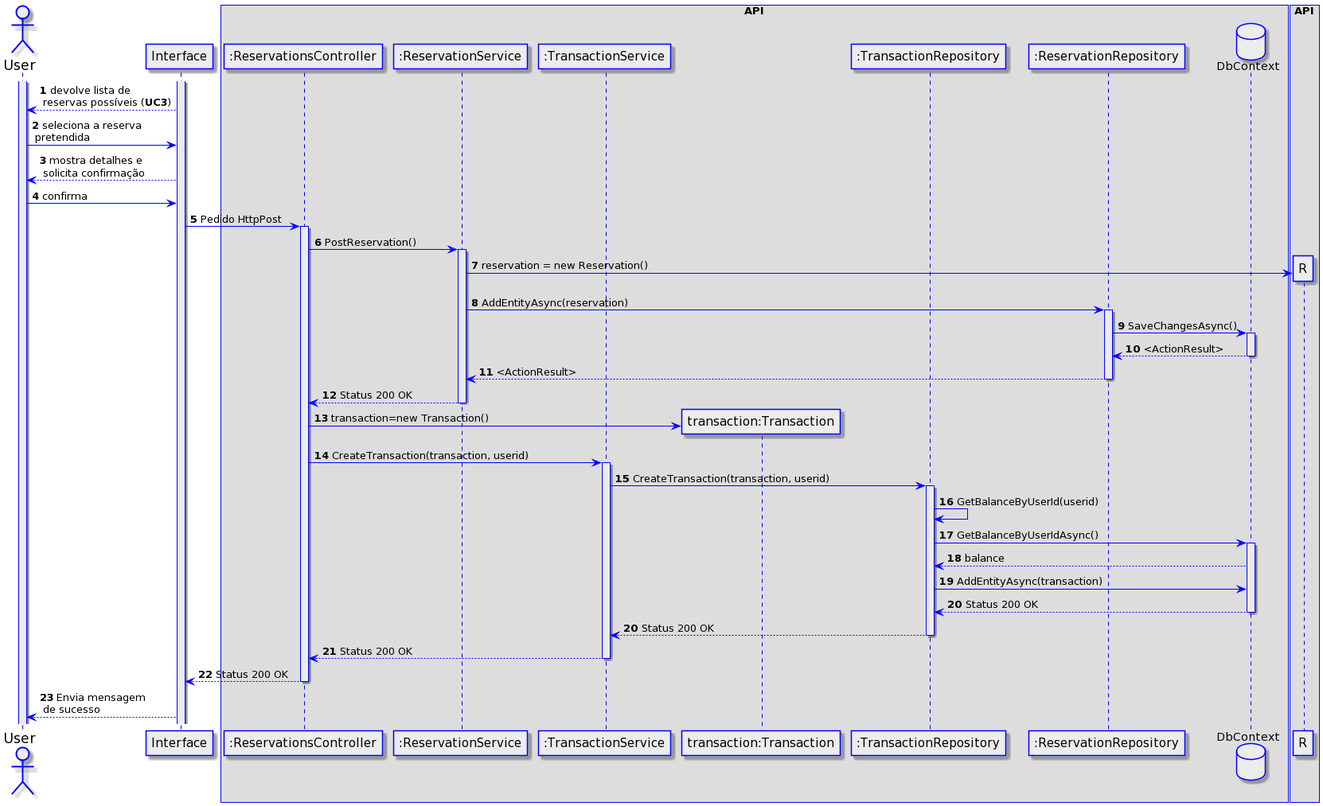
UPskillDOTNET/SapienSoft keeps this PlantUML diagram as Documentos/3_APICentral(iParkMedusa)/UC4/UC4_DS.png. Above is the earlier version.
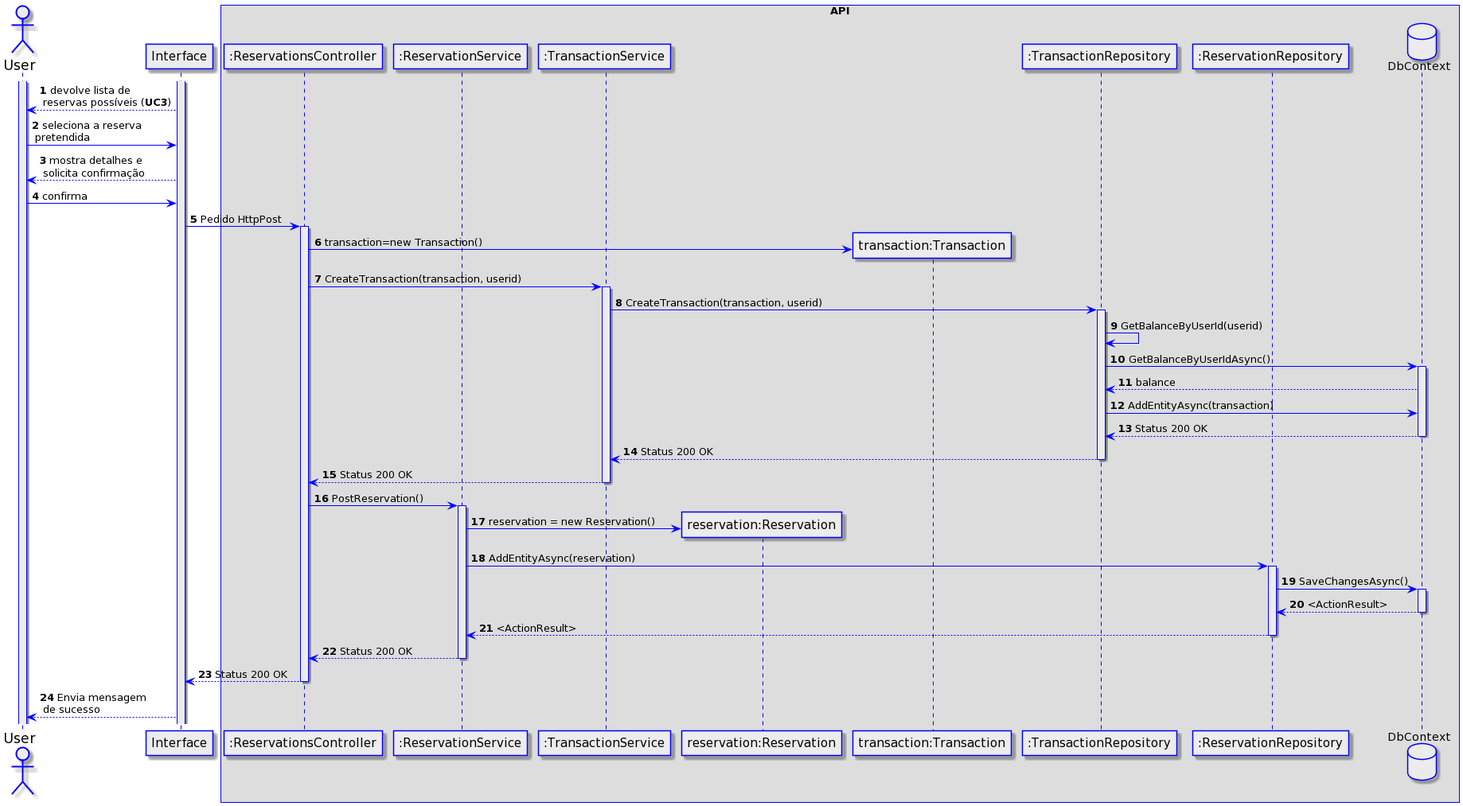
After the change.

What changed in the source:
```diff
@@ -26,6 +26,7 @@
 participant ":ReservationsController" as RC
 participant ":ReservationService" as RS
 participant ":TransactionService" as TS
+participant "reservation:Reservation" as R
 participant "transaction:Transaction" as T
 participant ":TransactionRepository" as TR
 participant ":ReservationRepository" as RR
@@ -41,37 +42,37 @@
 box API
 I -> RC: **5** Pedido HttpPost
 activate RC
-RC -> RS: **6** PostReservation()
+RC -> T**: **6** transaction=new Transaction()
+RC -> TS: **7** CreateTransaction(transaction, userid)
+activate TS
+TS -> TR: **8** CreateTransaction(transaction, userid)
+activate TR
+TR -> TR: **9** GetBalanceByUserId(userid)
+TR -> DB: **10** GetBalanceByUserIdAsync()
+activate DB
+DB --> TR: **11** balance
+TR -> DB: **12** AddEntityAsync(transaction)
+DB --> TR: **13** Status 200 OK
+deactivate DB
+TR --> TS: **14** Status 200 OK
+deactivate TR
+TS --> RC: **15** Status 200 OK
+deactivate TS
+RC -> RS: **16** PostReservation()
 activate RS
-RS -> R**: **7** reservation = new Reservation()
-RS -> RR: **8** AddEntityAsync(reservation)
+RS -> R**: **17** reservation = new Reservation()
+RS -> RR: **18** AddEntityAsync(reservation)
 activate RR
-RR -> DB: **9** SaveChangesAsync()
+RR -> DB: **19** SaveChangesAsync()
 activate DB
-DB --> RR: **10** <ActionResult>
+DB --> RR: **20** <ActionResult>
 deactivate DB
-RR --> RS: **11** <ActionResult>
+RR --> RS: **21** <ActionResult>
 deactivate RR
-RS --> RC: **12** Status 200 OK
+RS --> RC: **22** Status 200 OK
 deactivate RS
-RC -> T**: **13** transaction=new Transaction()
-RC -> TS: **14** CreateTransaction(transaction, userid)
-activate TS
-TS -> TR: **15** CreateTransaction(transaction, userid)
-activate TR
-TR -> TR: **16** GetBalanceByUserId(userid)
-TR -> DB: **17** GetBalanceByUserIdAsync()
-activate DB
-DB --> TR: **18** balance
-TR -> DB: **19** AddEntityAsync(transaction)
-DB --> TR: **20** Status 200 OK
-deactivate DB
-TR --> TS: **20** Status 200 OK
-deactivate TR
-TS --> RC: **21** Status 200 OK
-deactivate TS
-RC --> I: **22** Status 200 OK
+RC --> I: **23** Status 200 OK
 end box
 deactivate RC
-I --> U: **23** Envia mensagem \n de sucesso
+I --> U: **24** Envia mensagem \n de sucesso
 @enduml
```
